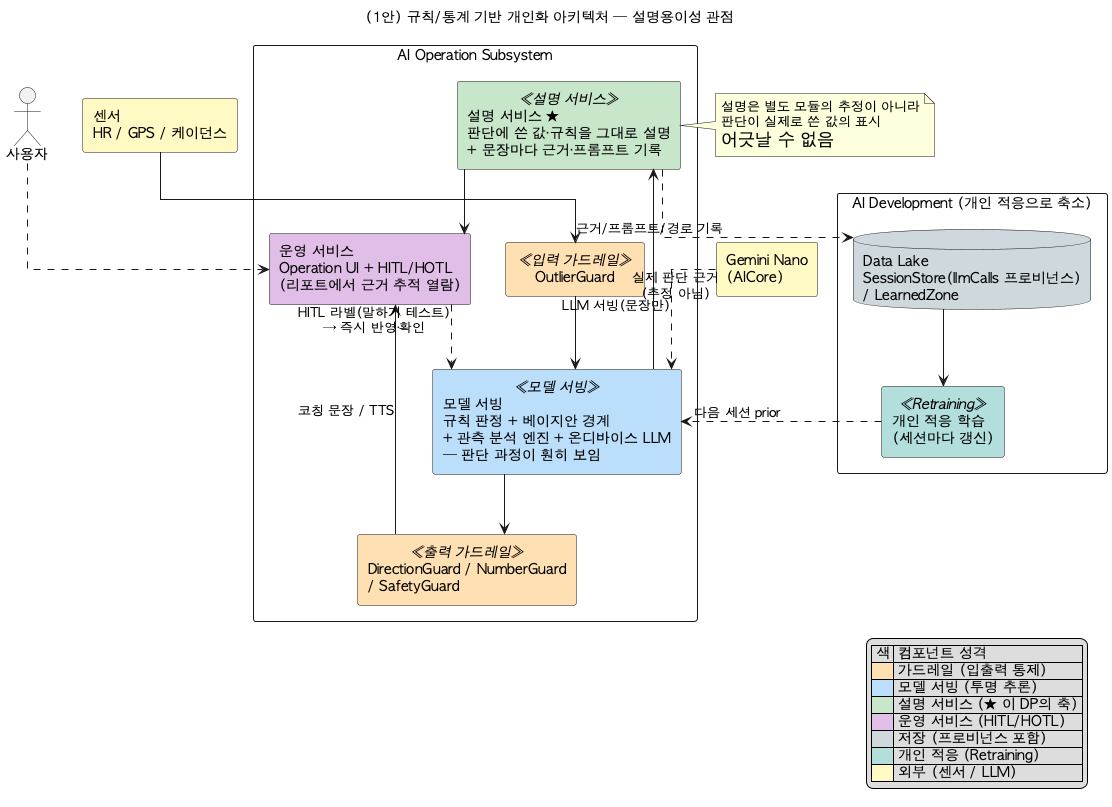
Before: docs/img/dp-01-explainability-adopted-simple.png, a diagram exported from PlantUML (tenyearslove/zone2runner).
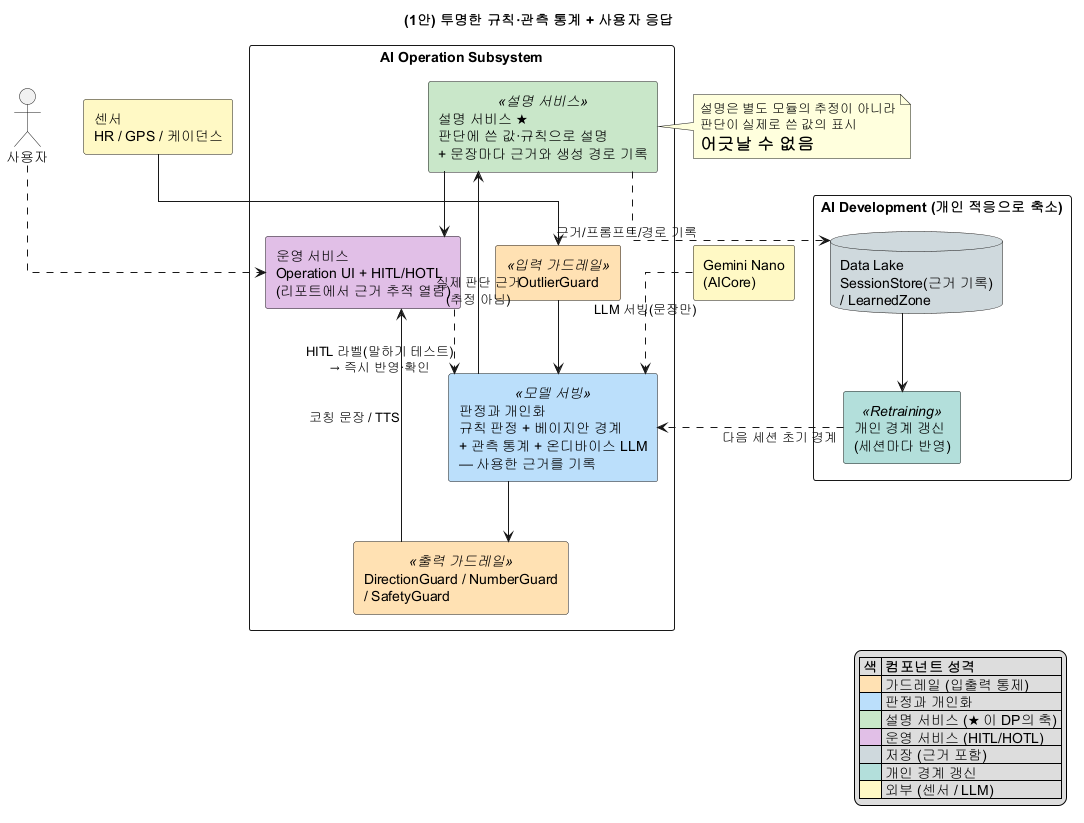
The same file after the commit.

Diff of the diagram source:
```diff
@@ -1,5 +1,5 @@
 @startuml
-title (1안) 규칙/통계 기반 개인화 아키텍처 — 설명용이성 관점
+title (1안) 투명한 규칙·관측 통계 + 사용자 응답
 skinparam defaultFontName "AppleGothic"
 skinparam componentStyle rectangle
 skinparam shadowing false
@@ -12,15 +12,15 @@
 
 package "AI Operation Subsystem" {
   component "OutlierGuard" <<입력 가드레일>> as IG #FFE0B2
-  component "모델 서빙\n규칙 판정 + 베이지안 경계\n+ 관측 분석 엔진 + 온디바이스 LLM\n— 판단 과정이 훤히 보임" <<모델 서빙>> as SERVE #BBDEFB
+  component "판정과 개인화\n규칙 판정 + 베이지안 경계\n+ 관측 통계 + 온디바이스 LLM\n— 사용한 근거를 기록" <<모델 서빙>> as SERVE #BBDEFB
   component "DirectionGuard / NumberGuard\n/ SafetyGuard" <<출력 가드레일>> as OG #FFE0B2
-  component "설명 서비스 ★\n판단에 쓴 값·규칙을 그대로 설명\n+ 문장마다 근거·프롬프트 기록" <<설명 서비스>> as EXP #C8E6C9
+  component "설명 서비스 ★\n판단에 쓴 값·규칙으로 설명\n+ 문장마다 근거와 생성 경로 기록" <<설명 서비스>> as EXP #C8E6C9
   component "운영 서비스\nOperation UI + HITL/HOTL\n(리포트에서 근거 추적 열람)" as OPS #E1BEE7
 }
 
 package "AI Development (개인 적응으로 축소)" {
-  database "Data Lake\nSessionStore(llmCalls 프로비넌스)\n/ LearnedZone" as DL #CFD8DC
-  component "개인 적응 학습\n(세션마다 갱신)" <<Retraining>> as RT #B2DFDB
+  database "Data Lake\nSessionStore(근거 기록)\n/ LearnedZone" as DL #CFD8DC
+  component "개인 경계 갱신\n(세션마다 반영)" <<Retraining>> as RT #B2DFDB
 }
 
 Sensors --> IG
@@ -32,7 +32,7 @@
 EXP --> OPS
 EXP ..> DL : 근거/프롬프트/경로 기록
 DL --> RT
-RT ..> SERVE : 다음 세션 prior
+RT ..> SERVE : 다음 세션 초기 경계
 User ..> OPS
 OPS ..> SERVE : HITL 라벨(말하기 테스트)\n→ 즉시 반영·확인
 
@@ -45,11 +45,11 @@
 legend right
 |= 색 |= 컴포넌트 성격 |
 |<#FFE0B2>| 가드레일 (입출력 통제) |
-|<#BBDEFB>| 모델 서빙 (투명 추론) |
+|<#BBDEFB>| 판정과 개인화 |
 |<#C8E6C9>| 설명 서비스 (★ 이 DP의 축) |
 |<#E1BEE7>| 운영 서비스 (HITL/HOTL) |
-|<#CFD8DC>| 저장 (프로비넌스 포함) |
-|<#B2DFDB>| 개인 적응 (Retraining) |
+|<#CFD8DC>| 저장 (근거 포함) |
+|<#B2DFDB>| 개인 경계 갱신 |
 |<#FFF9C4>| 외부 (센서 / LLM) |
 endlegend
 @enduml
```
